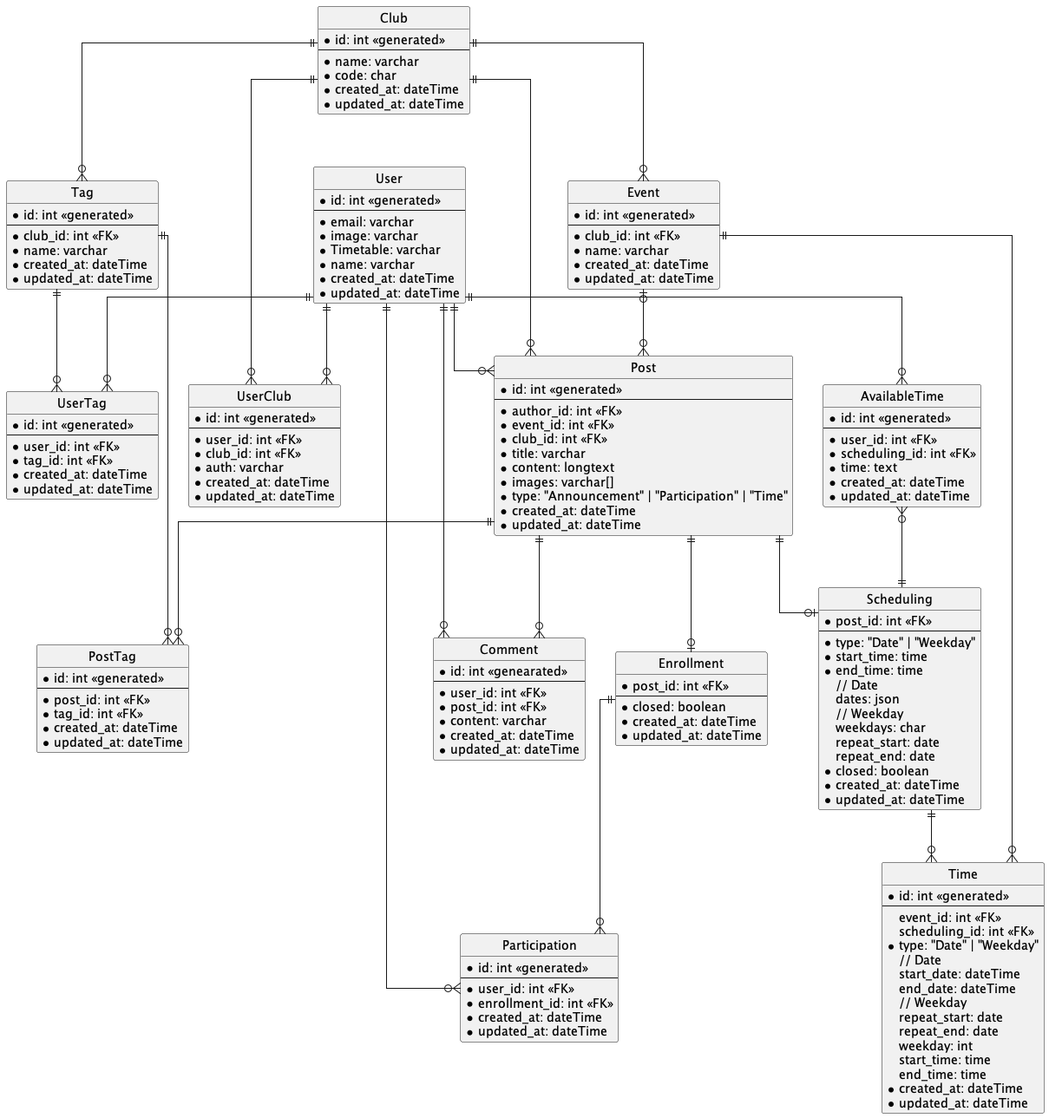
The PlantUML diagram udong-backend/docs/Udong.png in swsnu/swppfall2022-team1, before a commit.
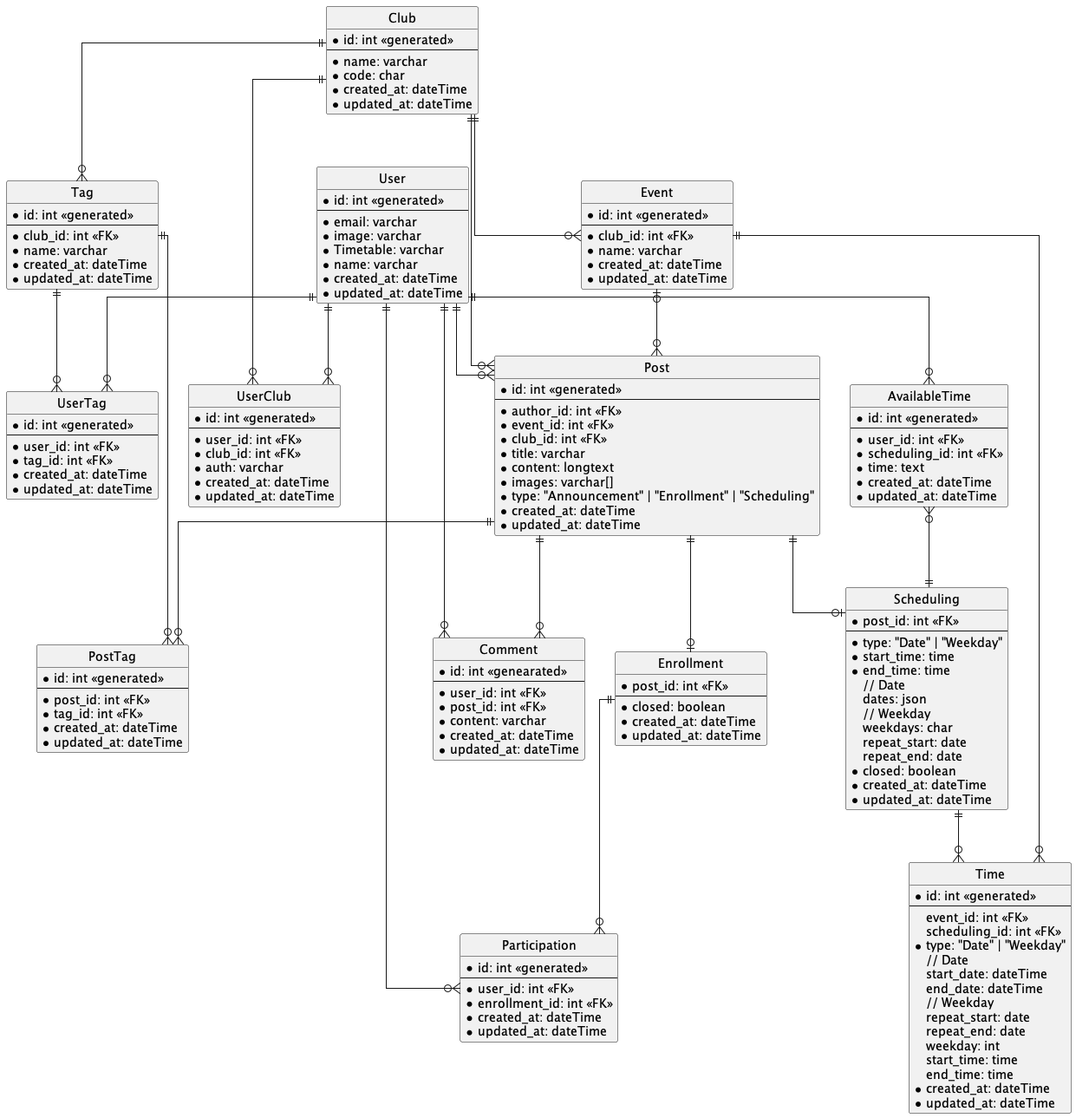
After the commit.

The edit, as a diff of the source:
```diff
@@ -88,7 +88,7 @@
   *title: varchar
   *content: longtext
   *images: varchar[]
-  *type: "Announcement" | "Participation" | "Time"
+  *type: "Announcement" | "Enrollment" | "Scheduling"
   *created_at: dateTime
   *updated_at: dateTime
 }
```
